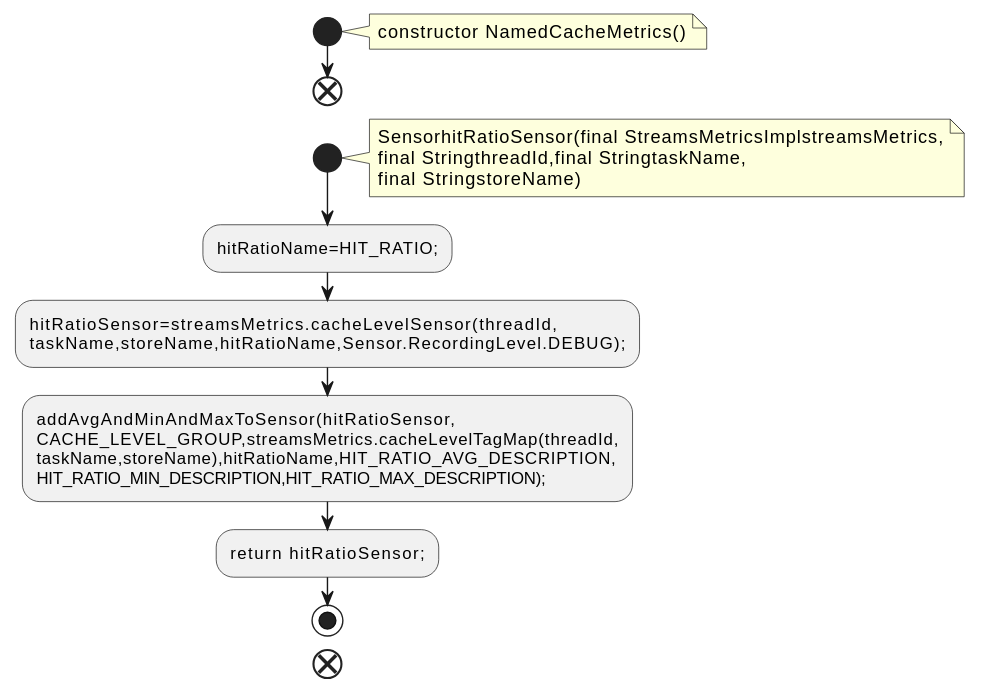
The PlantUML diagram docs/qc/streams/src/main/java/org/apache/kafka/streams/state/internals/metrics/NamedCacheMetrics.java.fct.svg in qualitesys/kafka, before a commit.
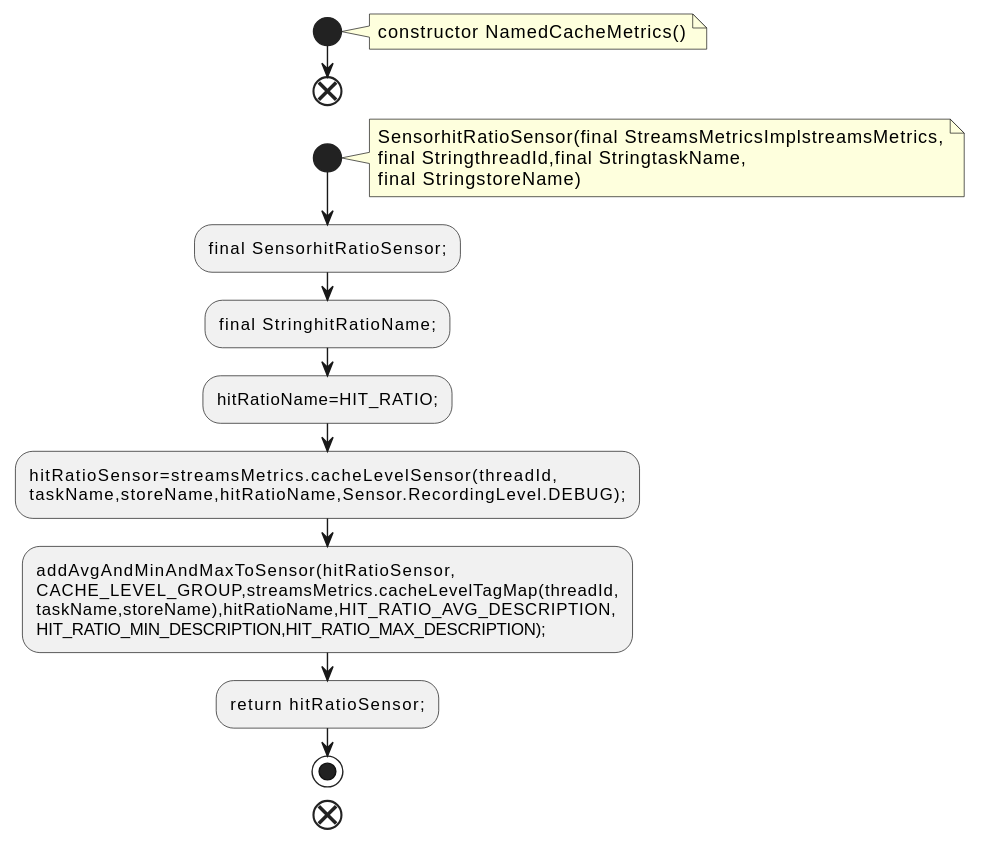
After the commit.

Change to the diagram source:
```diff
@@ -11,6 +11,8 @@
 final StringthreadId,final StringtaskName,
 final StringstoreName)
 end note
+:final SensorhitRatioSensor;;
+:final StringhitRatioName;;
 :hitRatioName=HIT_RATIO;;
 :hitRatioSensor=streamsMetrics.cacheLevelSensor(threadId,
 taskName,storeName,hitRatioName,Sensor.RecordingLevel.DEBUG);;
```
